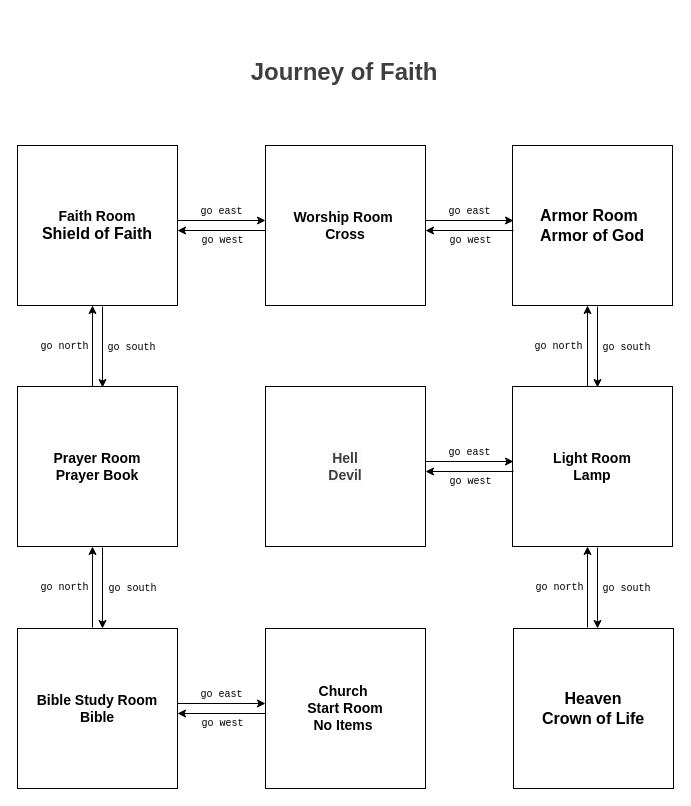
Before: page "Map" (1 of 4) of design/game_map.drawio in prissy36/it140-projects, a draw.io diagram. Source tidied: cells renumbered, new cells numbered last; positions are measured from the earlier drawing's top-left corner, leaving out a move shared by most shapes. Both pictures are drawn from the tidied source at 100%, with x=0, y=0 at pixel (17, 17).
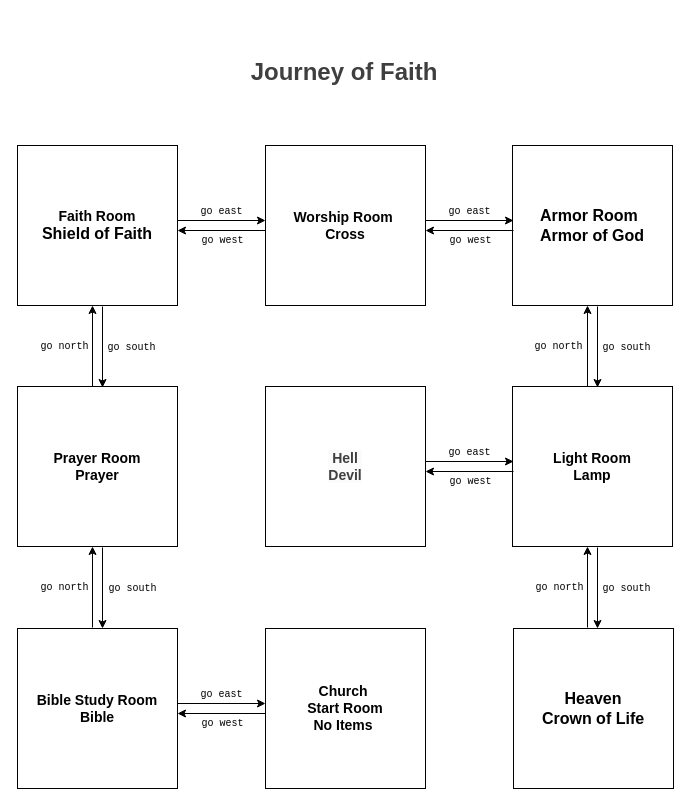
The same page after the edit.

Commit message:
Update Prayer Room label in game map

Diff of the diagram source:
```diff
@@
-    <mxCell id="6" value="&lt;b&gt;Prayer Room&lt;/b&gt;&lt;div&gt;&lt;div&gt;&lt;b&gt;Prayer Book&lt;/b&gt;&lt;/div&gt;&lt;/div&gt;" style="whiteSpace=wrap;html=1;fontSize=14;" parent="1" vertex="1">
+    <mxCell id="6" value="&lt;b&gt;Prayer Room&lt;/b&gt;&lt;div&gt;&lt;div&gt;&lt;b&gt;Prayer&lt;/b&gt;&lt;/div&gt;&lt;/div&gt;" style="whiteSpace=wrap;html=1;fontSize=14;" parent="1" vertex="1">
       <mxGeometry y="369" width="160" height="160" as="geometry" />
     </mxCell>
```
